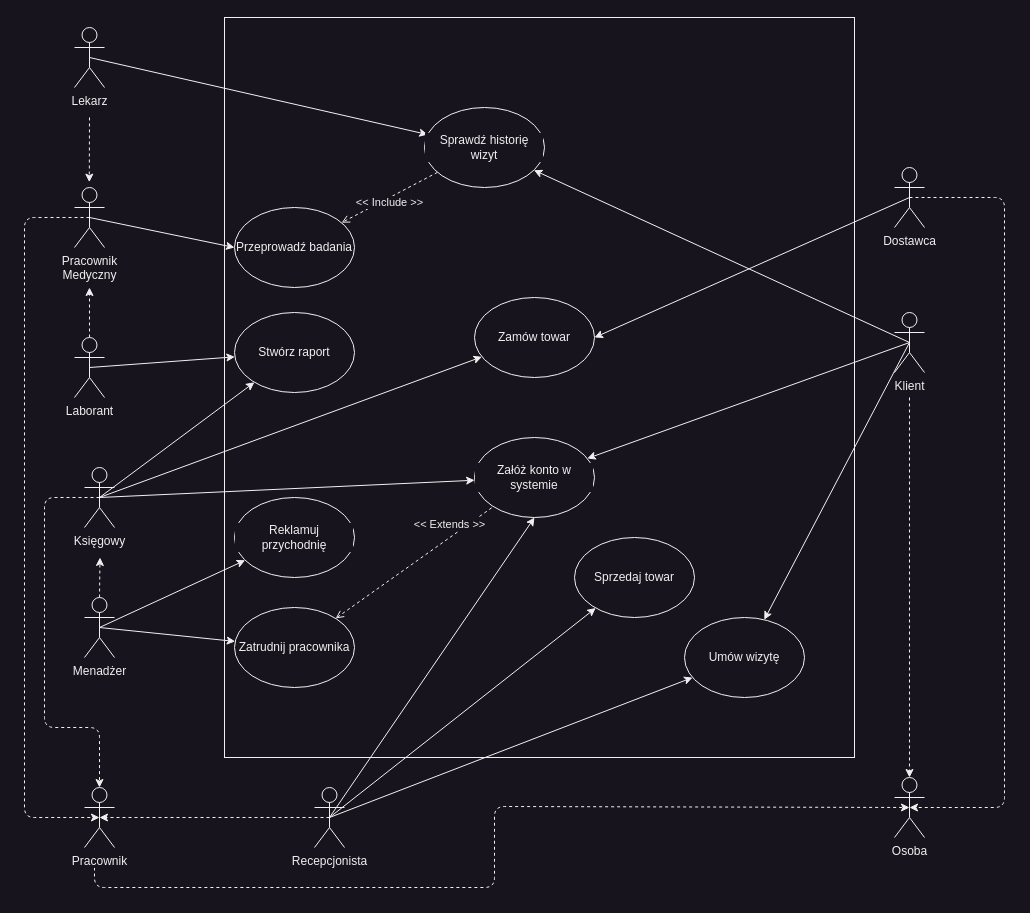
Above: usecase.drawio in MarekMichali/vet-clinic (draw.io), before the change. Source tidied: cells renumbered, new cells numbered last; positions are measured from the earlier drawing's top-left corner, leaving out a move shared by most shapes. Both pictures are drawn from the tidied source at 100%, with x=0, y=0 at pixel (24, 17).
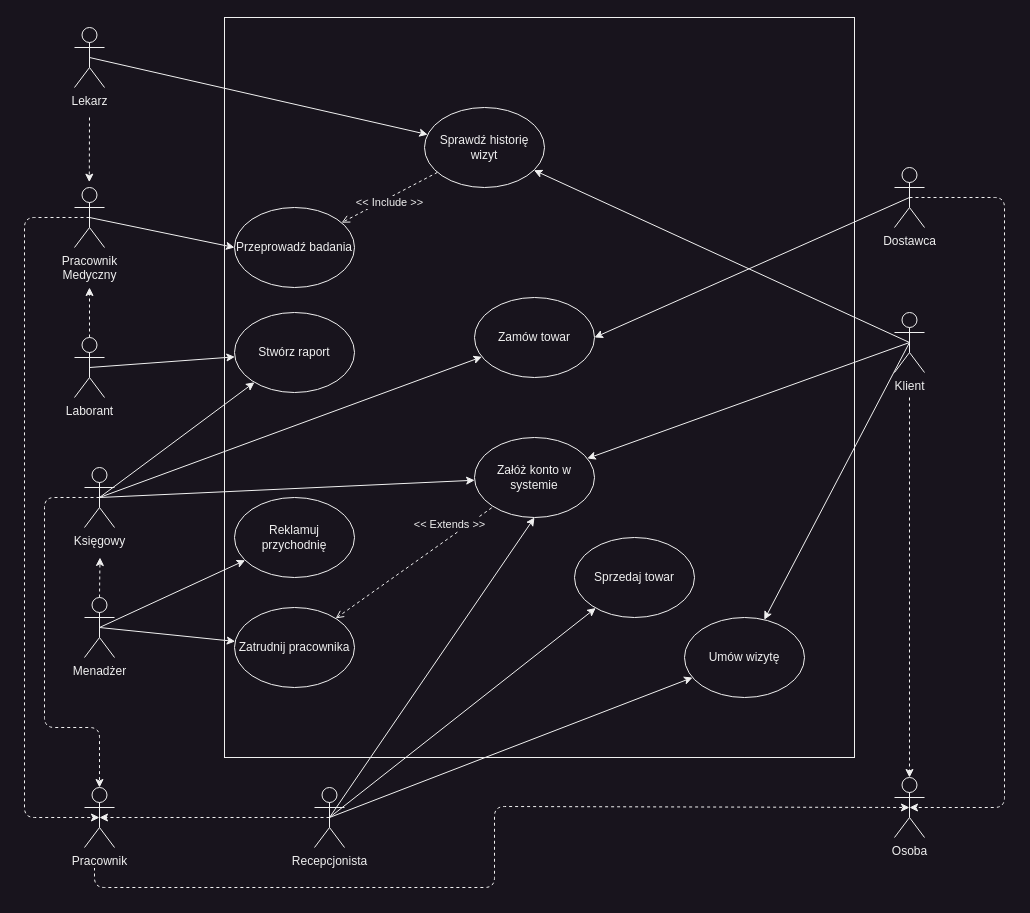
Above is the later version.

What changed in the source:
```diff
@@
-    <mxCell id="31" value="Załóż konto w systemie" style="ellipse;whiteSpace=wrap;html=1;fontColor=#F0F0F0;fillColor=#18141D;strokeColor=#F0F0F0;labelBackgroundColor=#18141D;" parent="1" vertex="1">
+    <mxCell id="31" value="Załóż konto w systemie" style="ellipse;whiteSpace=wrap;html=1;fontColor=#F0F0F0;fillColor=#18141D;strokeColor=#F0F0F0;labelBackgroundColor=none;" parent="1" vertex="1">
       <mxGeometry x="450" y="420" width="120" height="80" as="geometry" />
     </mxCell>
@@
-    <mxCell id="37" value="Sprawdź historię wizyt" style="ellipse;whiteSpace=wrap;html=1;fontColor=#F0F0F0;fillColor=#18141D;strokeColor=#F0F0F0;labelBackgroundColor=#18141D;" parent="1" vertex="1">
+    <mxCell id="37" value="Sprawdź historię wizyt" style="ellipse;whiteSpace=wrap;html=1;fontColor=#F0F0F0;fillColor=#18141D;strokeColor=#F0F0F0;labelBackgroundColor=none;" parent="1" vertex="1">
       <mxGeometry x="400" y="90" width="120" height="80" as="geometry" />
     </mxCell>
@@
-    <mxCell id="39" value="Reklamuj przychodnię" style="ellipse;whiteSpace=wrap;html=1;fontColor=#F0F0F0;fillColor=#18141D;strokeColor=#F0F0F0;labelBackgroundColor=#18141D;" parent="1" vertex="1">
+    <mxCell id="39" value="Reklamuj przychodnię" style="ellipse;whiteSpace=wrap;html=1;fontColor=#F0F0F0;fillColor=#18141D;strokeColor=#F0F0F0;labelBackgroundColor=none;" parent="1" vertex="1">
       <mxGeometry x="210" y="480" width="120" height="80" as="geometry" />
     </mxCell>
@@
-    <mxCell id="42" value="Przeprowadź badania" style="ellipse;whiteSpace=wrap;html=1;fontColor=#F0F0F0;fillColor=#18141D;strokeColor=#F0F0F0;labelBackgroundColor=#18141D;" parent="1" vertex="1">
+    <mxCell id="42" value="Przeprowadź badania" style="ellipse;whiteSpace=wrap;html=1;fontColor=#F0F0F0;fillColor=#18141D;strokeColor=#F0F0F0;labelBackgroundColor=none;" parent="1" vertex="1">
       <mxGeometry x="210" y="190" width="120" height="80" as="geometry" />
     </mxCell>
```
